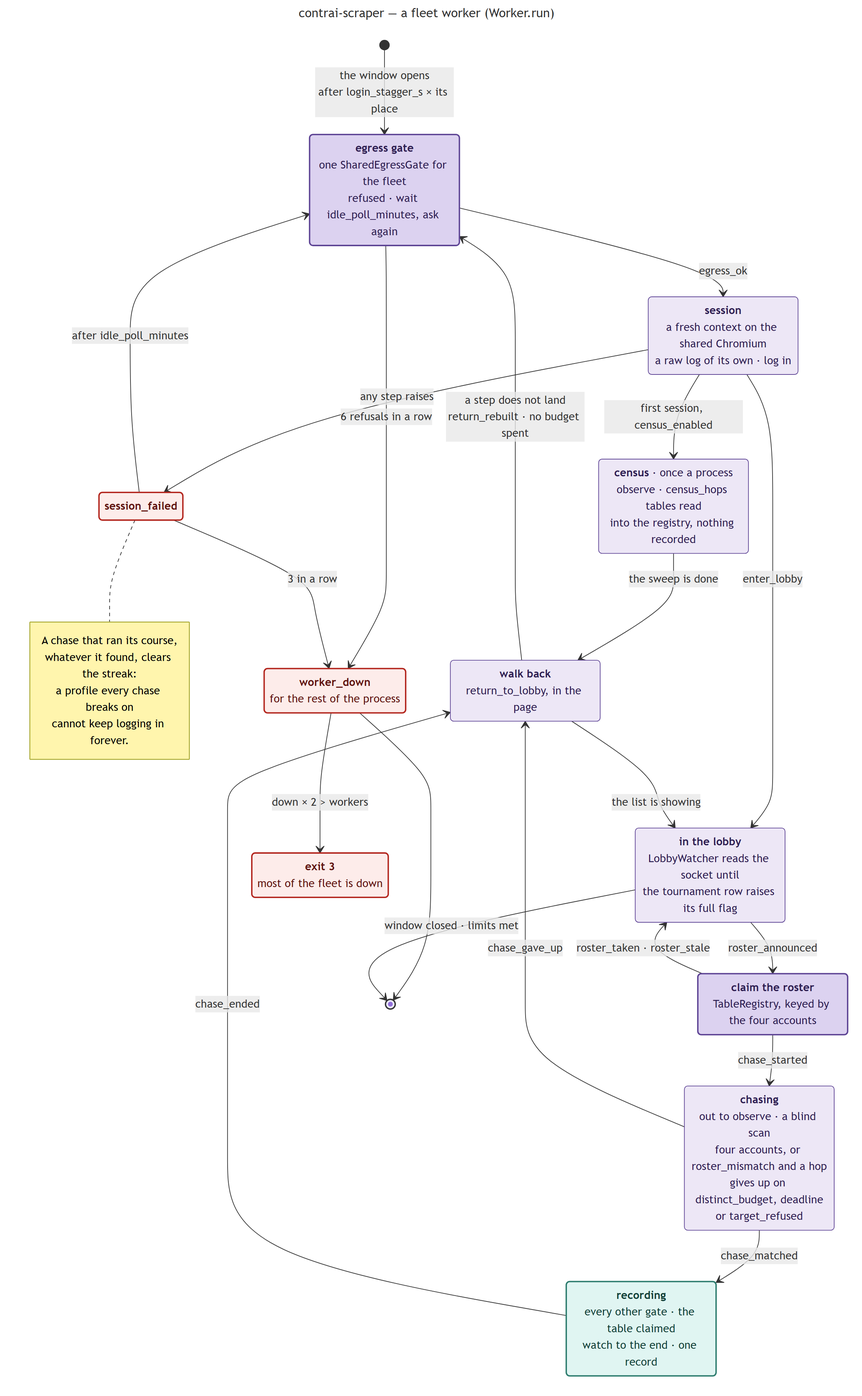
Before: docs/diagrams/state_scraper_worker.png, a diagram exported from Mermaid (valmathieu/ContrAI). Its source is kept beside it as docs/diagrams/state_scraper_worker.mmd.
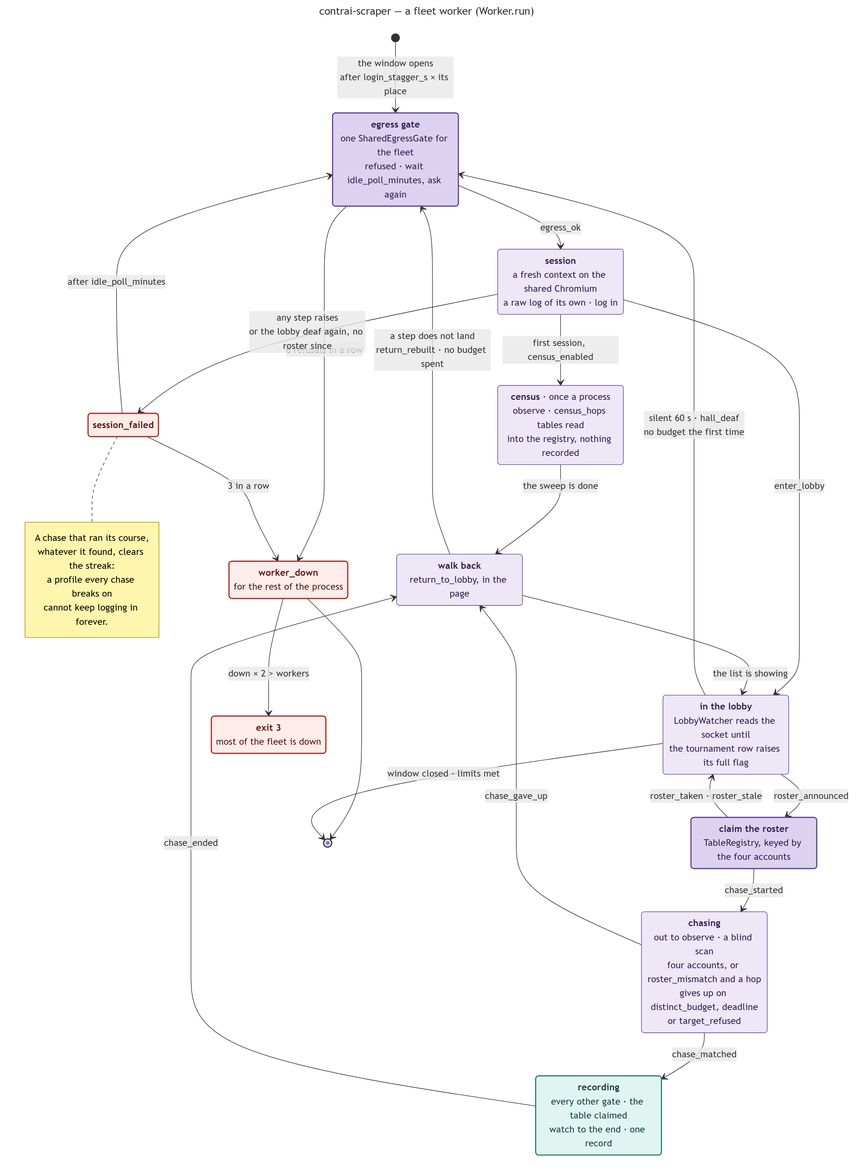
After the commit.

Commit message:
fix(scraper): rebuild a session whose lobby has gone silent

What changed in the source:
```diff
@@ -31,7 +31,8 @@
     Recording --> Back : chase_ended
     Back --> Hall : the list is showing
     Back --> Egress : a step does not land<br/>return_rebuilt · no budget spent
-    Session --> Failed : any step raises
+    Hall --> Egress : silent 60 s · hall_deaf<br/>no budget the first time
+    Session --> Failed : any step raises<br/>or the lobby deaf again, no roster since
     Failed --> Egress : after idle_poll_minutes
     Failed --> Down : 3 in a row
     Down --> Handback : down × 2 > workers
```
